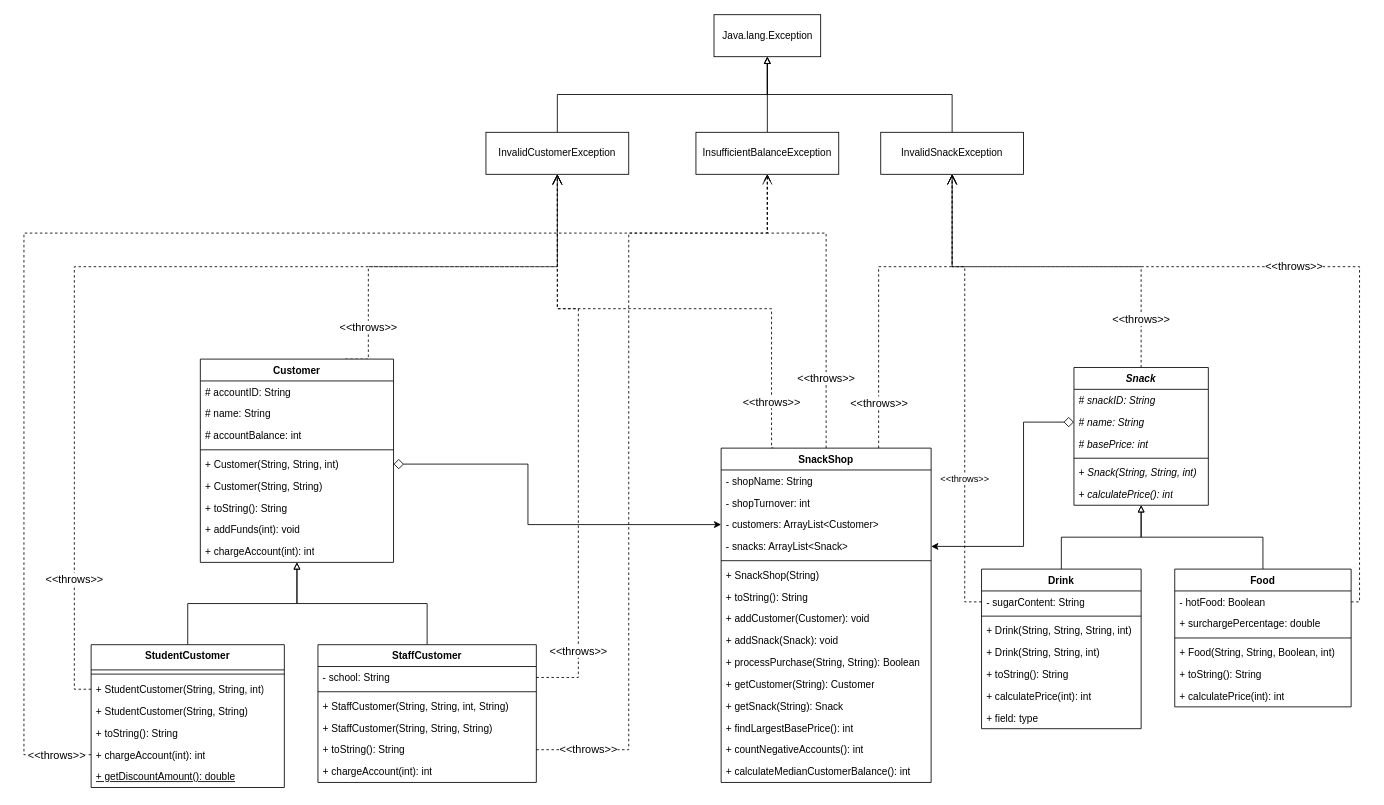
Earlier version of the draw.io diagram Snack Shop UML.drawio (liambarry7/SimpleSnack). Source tidied: cells renumbered, new cells numbered last; positions are measured from the earlier drawing's top-left corner, leaving out a move shared by most shapes. Both pictures are drawn from the tidied source at 84%, with x=0, y=0 at pixel (24, 14).
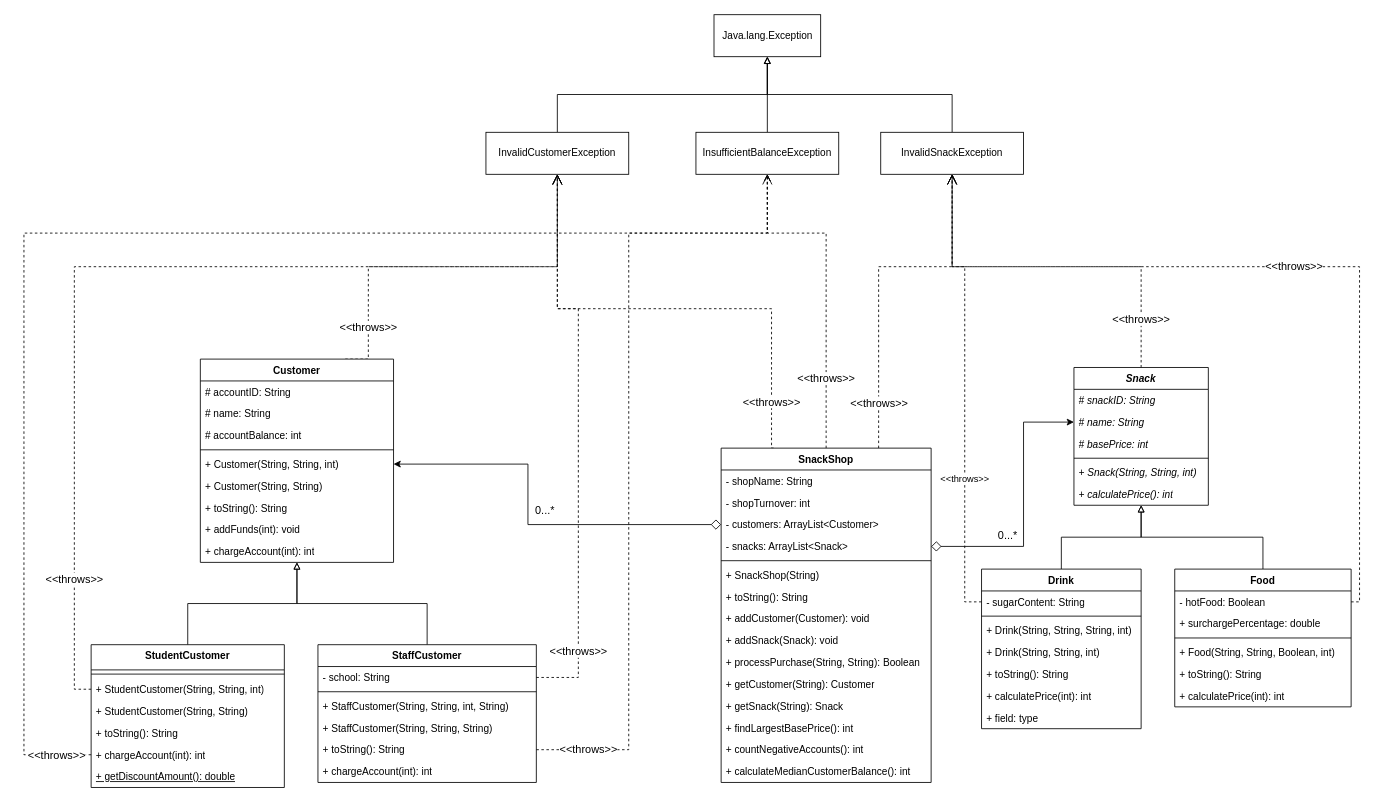
The same diagram, later.

The change refers to these unchanged cells:
```xml
<mxCell id="8" value="- customers: ArrayList&amp;lt;Customer&amp;gt;" style="text;strokeColor=none;fillColor=none;align=left;verticalAlign=top;spacingLeft=4;spacingRight=4;overflow=hidden;points=[[0,0.5],[1,0.5]];portConstraint=eastwest;whiteSpace=wrap;html=1;" parent="5" vertex="1">
  <mxGeometry y="78" width="250" height="26" as="geometry" />
</mxCell>
<mxCell id="9" value="- snacks: ArrayList&amp;lt;Snack&amp;gt;" style="text;strokeColor=none;fillColor=none;align=left;verticalAlign=top;spacingLeft=4;spacingRight=4;overflow=hidden;points=[[0,0.5],[1,0.5]];portConstraint=eastwest;whiteSpace=wrap;html=1;" parent="5" vertex="1">
  <mxGeometry y="104" width="250" height="26" as="geometry" />
</mxCell>
<mxCell id="48" value="# name: String" style="text;strokeColor=none;fillColor=none;align=left;verticalAlign=top;spacingLeft=4;spacingRight=4;overflow=hidden;points=[[0,0.5],[1,0.5]];portConstraint=eastwest;whiteSpace=wrap;html=1;fontStyle=2;" parent="46" vertex="1">
  <mxGeometry y="52" width="160" height="26" as="geometry" />
</mxCell>
<mxCell id="68" value="+ Customer(String, String, int)" style="text;strokeColor=none;fillColor=none;align=left;verticalAlign=top;spacingLeft=4;spacingRight=4;overflow=hidden;points=[[0,0.5],[1,0.5]];portConstraint=eastwest;whiteSpace=wrap;html=1;" parent="63" vertex="1">
  <mxGeometry y="112" width="230" height="26" as="geometry" />
</mxCell>
```

The edit, as a diff of the source:
```diff
@@
-    <mxCell id="82" style="edgeStyle=orthogonalEdgeStyle;rounded=0;jettySize=auto;html=1;exitX=1;exitY=0.5;exitDx=0;exitDy=0;startArrow=diamond;startFill=0;startSize=10;entryX=0;entryY=0.5;entryDx=0;entryDy=0;" parent="1" edge="1" source="68" target="8">
-      <mxGeometry relative="1" as="geometry">
+    <mxCell id="82" value="&lt;font style=&quot;font-size: 13px;&quot;&gt;0...*&lt;/font&gt;" style="edgeStyle=orthogonalEdgeStyle;rounded=0;jettySize=auto;html=1;exitX=1;exitY=0.5;exitDx=0;exitDy=0;startArrow=classic;startFill=1;startSize=6;entryX=0;entryY=0.5;entryDx=0;entryDy=0;endArrow=diamond;endFill=0;endSize=10;" parent="1" edge="1" source="68" target="8">
+      <mxGeometry x="0.09" y="17" relative="1" as="geometry">
         <Array as="points">
           <mxPoint x="600" y="535" />
           <mxPoint x="600" y="607" />
         </Array>
       </mxGeometry>
     </mxCell>
-    <mxCell id="83" style="edgeStyle=orthogonalEdgeStyle;rounded=0;jettySize=auto;html=1;exitX=0;exitY=0.5;exitDx=0;exitDy=0;entryX=1;entryY=0.5;entryDx=0;entryDy=0;startArrow=diamond;startFill=0;startSize=10;" parent="1" edge="1" source="48" target="9">
-      <mxGeometry relative="1" as="geometry">
+    <mxCell id="83" value="&lt;font style=&quot;font-size: 13px;&quot;&gt;0...*&lt;/font&gt;" style="edgeStyle=orthogonalEdgeStyle;rounded=0;jettySize=auto;html=1;exitX=0;exitY=0.5;exitDx=0;exitDy=0;entryX=1;entryY=0.5;entryDx=0;entryDy=0;startArrow=classic;startFill=1;startSize=6;endArrow=diamond;endFill=0;endSize=10;" parent="1" edge="1" source="48" target="9">
+      <mxGeometry x="0.43" y="-13" relative="1" as="geometry">
         <Array as="points">
           <mxPoint x="1190" y="485" />
           <mxPoint x="1190" y="633" />
         </Array>
       </mxGeometry>
     </mxCell>
```
